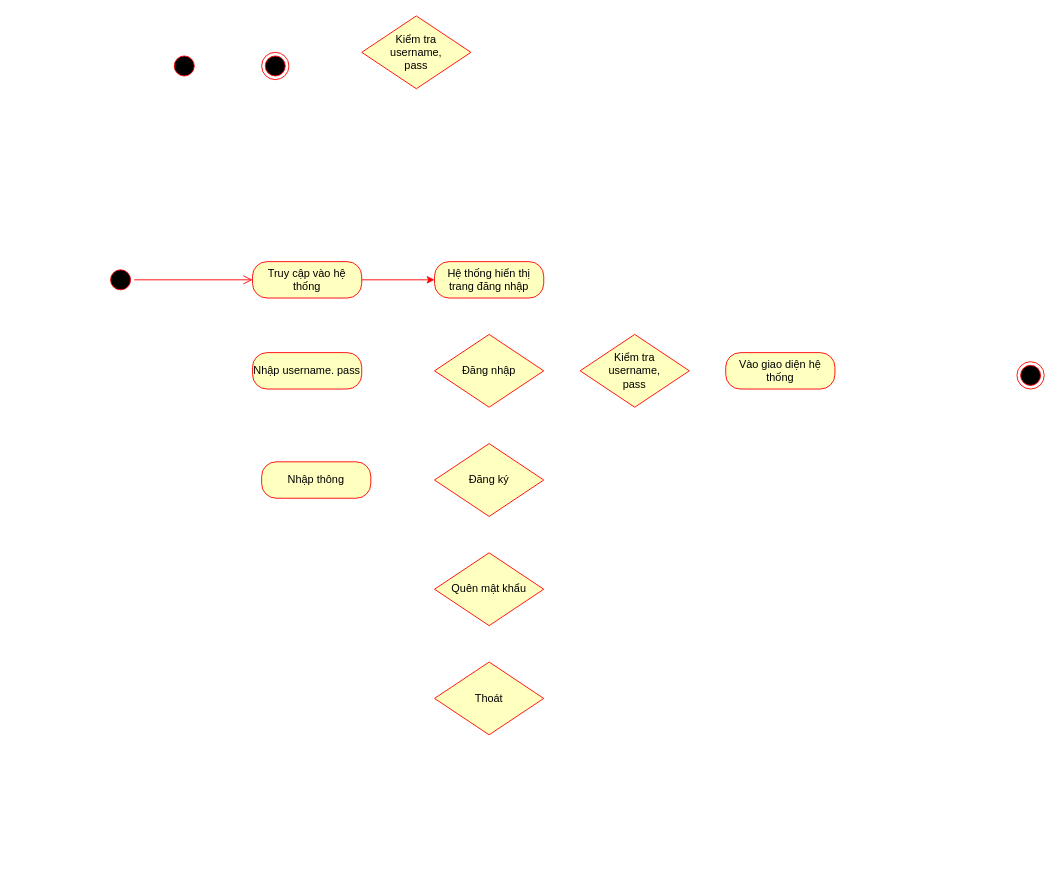
Before: Sơ đồ hoạt động UC đăng nhập.drawio in HaojackYT/DAA_SA, a draw.io diagram. Source tidied: cells renumbered, new cells numbered last; positions are measured from the earlier drawing's top-left corner, leaving out a move shared by most shapes. Both pictures are drawn from the tidied source at 91%, with x=0, y=0 at pixel (106, 15).
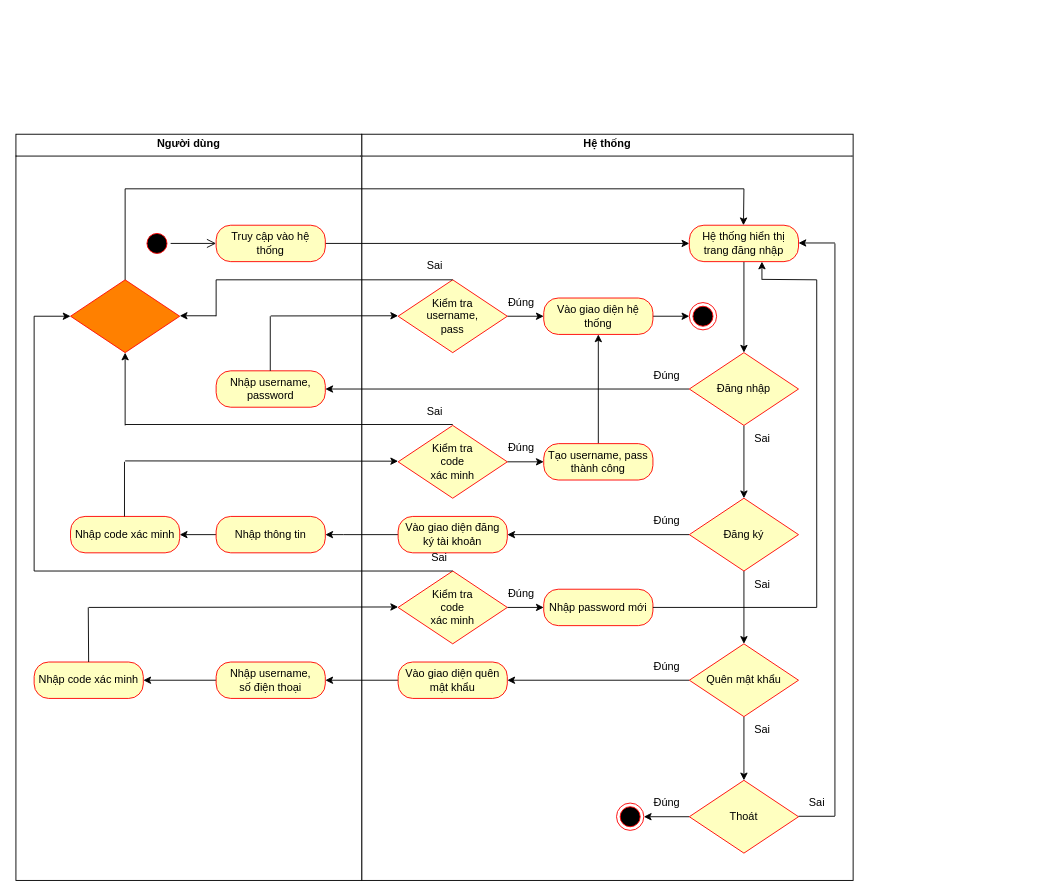
The same diagram, later.

The edit, as a diff of the source:
```diff
@@
+    <mxCell id="22" value="&lt;p style=&quot;margin:0px;margin-top:4px;text-align:center;&quot;&gt;&lt;b&gt;Hệ thống&lt;/b&gt;&lt;/p&gt;&lt;hr size=&quot;1&quot; style=&quot;border-style:solid;&quot;&gt;&lt;div style=&quot;height:2px;&quot;&gt;&lt;/div&gt;" style="verticalAlign=top;align=left;overflow=fill;html=1;whiteSpace=wrap;" parent="1" vertex="1">
+      <mxGeometry x="280" y="130" width="540" height="820" as="geometry" />
+    </mxCell>
+    <mxCell id="23" value="&lt;p style=&quot;margin:0px;margin-top:4px;text-align:center;&quot;&gt;&lt;b&gt;Người dùng&lt;/b&gt;&lt;/p&gt;&lt;hr size=&quot;1&quot; style=&quot;border-style:solid;&quot;&gt;&lt;div style=&quot;height:2px;&quot;&gt;&lt;/div&gt;" style="verticalAlign=top;align=left;overflow=fill;html=1;whiteSpace=wrap;" parent="1" vertex="1">
+      <mxGeometry x="-100" y="130" width="380" height="820" as="geometry" />
+    </mxCell>
+    <mxCell id="24" style="rhombus;whiteSpace=wrap;html=1;fontColor=#000000;fillColor=#FF8000;strokeColor=#FF0909;shadow=0;" parent="1" vertex="1">
+      <mxGeometry x="-40" y="290" width="120" height="80" as="geometry" />
+    </mxCell>
     <mxCell id="2" style="ellipse;html=1;shape=startState;fillColor=#000000;strokeColor=#ff0000;" parent="1" vertex="1">
-      <mxGeometry y="275" width="30" height="30" as="geometry" />
+      <mxGeometry x="40" y="235" width="30" height="30" as="geometry" />
     </mxCell>
-    <mxCell id="3" style="edgeStyle=orthogonalEdgeStyle;html=1;verticalAlign=bottom;endArrow=open;endSize=8;strokeColor=#ff0000;rounded=0;entryX=0;entryY=0.5;entryDx=0;entryDy=0;" parent="1" edge="1" source="2" target="5">
+    <mxCell id="3" style="edgeStyle=orthogonalEdgeStyle;html=1;verticalAlign=bottom;endArrow=open;endSize=8;strokeColor=#000000;rounded=0;entryX=0;entryY=0.5;entryDx=0;entryDy=0;" parent="1" edge="1" source="2" target="5">
       <mxGeometry relative="1" as="geometry" />
     </mxCell>
-    <mxCell id="4" style="edgeStyle=orthogonalEdgeStyle;rounded=0;jettySize=auto;html=1;entryX=0;entryY=0.5;entryDx=0;entryDy=0;strokeColor=#FF0000;" parent="1" edge="1" source="5" target="6">
+    <mxCell id="4" style="edgeStyle=orthogonalEdgeStyle;rounded=0;jettySize=auto;html=1;entryX=0;entryY=0.5;entryDx=0;entryDy=0;strokeColor=#000000;" parent="1" edge="1" source="5" target="6">
       <mxGeometry relative="1" as="geometry" />
     </mxCell>
     <mxCell id="5" value="Truy cập vào hệ thống" style="rounded=1;whiteSpace=wrap;html=1;arcSize=40;fontColor=#000000;fillColor=#ffffc0;strokeColor=#ff0000;" parent="1" vertex="1">
-      <mxGeometry x="160" y="270" width="120" height="40" as="geometry" />
+      <mxGeometry x="120" y="230" width="120" height="40" as="geometry" />
     </mxCell>
+    <mxCell id="25" style="edgeStyle=orthogonalEdgeStyle;rounded=0;jettySize=auto;html=1;entryX=0.5;entryY=0;entryDx=0;entryDy=0;" parent="1" edge="1" source="6" target="7">
+      <mxGeometry relative="1" as="geometry" />
+    </mxCell>
     <mxCell id="6" value="Hệ thống hiển thị trang đăng nhập" style="rounded=1;whiteSpace=wrap;html=1;arcSize=40;fontColor=#000000;fillColor=#ffffc0;strokeColor=#ff0000;" parent="1" vertex="1">
-      <mxGeometry x="360" y="270" width="120" height="40" as="geometry" />
+      <mxGeometry x="640" y="230" width="120" height="40" as="geometry" />
     </mxCell>
+    <mxCell id="26" style="edgeStyle=orthogonalEdgeStyle;rounded=0;jettySize=auto;html=1;" parent="1" edge="1" source="7" target="8">
+      <mxGeometry relative="1" as="geometry" />
+    </mxCell>
+    <mxCell id="27" style="edgeStyle=orthogonalEdgeStyle;rounded=0;jettySize=auto;html=1;entryX=1;entryY=0.5;entryDx=0;entryDy=0;" parent="1" edge="1" source="7" target="20">
+      <mxGeometry relative="1" as="geometry" />
+    </mxCell>
     <mxCell id="7" value="Đăng nhập" style="rhombus;whiteSpace=wrap;html=1;fontColor=#000000;fillColor=#ffffc0;strokeColor=#ff0000;" parent="1" vertex="1">
-      <mxGeometry x="360" y="350" width="120" height="80" as="geometry" />
+      <mxGeometry x="640" y="370" width="120" height="80" as="geometry" />
     </mxCell>
+    <mxCell id="28" style="edgeStyle=orthogonalEdgeStyle;rounded=0;jettySize=auto;html=1;" parent="1" edge="1" source="8" target="9">
+      <mxGeometry relative="1" as="geometry" />
+    </mxCell>
+    <mxCell id="29" style="edgeStyle=orthogonalEdgeStyle;rounded=0;jettySize=auto;html=1;entryX=1;entryY=0.5;entryDx=0;entryDy=0;" parent="1" edge="1" source="8" target="42">
+      <mxGeometry relative="1" as="geometry" />
+    </mxCell>
     <mxCell id="8" value="Đăng ký" style="rhombus;whiteSpace=wrap;html=1;fontColor=#000000;fillColor=#ffffc0;strokeColor=#ff0000;" parent="1" vertex="1">
-      <mxGeometry x="360" y="470" width="120" height="80" as="geometry" />
+      <mxGeometry x="640" y="530" width="120" height="80" as="geometry" />
     </mxCell>
+    <mxCell id="30" style="edgeStyle=orthogonalEdgeStyle;rounded=0;jettySize=auto;html=1;" parent="1" edge="1" source="9" target="10">
+      <mxGeometry relative="1" as="geometry" />
+    </mxCell>
+    <mxCell id="31" style="edgeStyle=orthogonalEdgeStyle;rounded=0;jettySize=auto;html=1;entryX=1;entryY=0.5;entryDx=0;entryDy=0;" parent="1" edge="1" source="9" target="55">
+      <mxGeometry relative="1" as="geometry" />
+    </mxCell>
     <mxCell id="9" value="Quên mật khẩu" style="rhombus;whiteSpace=wrap;html=1;fontColor=#000000;fillColor=#ffffc0;strokeColor=#ff0000;" parent="1" vertex="1">
-      <mxGeometry x="360" y="590" width="120" height="80" as="geometry" />
+      <mxGeometry x="640" y="690" width="120" height="80" as="geometry" />
     </mxCell>
+    <mxCell id="32" style="edgeStyle=orthogonalEdgeStyle;rounded=0;jettySize=auto;html=1;" parent="1" edge="1" source="10" target="15">
+      <mxGeometry relative="1" as="geometry" />
+    </mxCell>
     <mxCell id="10" value="Thoát" style="rhombus;whiteSpace=wrap;html=1;fontColor=#000000;fillColor=#ffffc0;strokeColor=#ff0000;" parent="1" vertex="1">
-      <mxGeometry x="360" y="710" width="120" height="80" as="geometry" />
+      <mxGeometry x="640" y="840" width="120" height="80" as="geometry" />
     </mxCell>
@@
+    <mxCell id="33" style="edgeStyle=orthogonalEdgeStyle;rounded=0;jettySize=auto;html=1;" parent="1" edge="1" source="14" target="16">
+      <mxGeometry relative="1" as="geometry" />
+    </mxCell>
     <mxCell id="14" value="&lt;font style=&quot;font-size: 12px;&quot;&gt;Kiểm tra&lt;br&gt;username,&lt;br&gt;pass&lt;/font&gt;" style="rhombus;whiteSpace=wrap;html=1;fontColor=#000000;fillColor=#ffffc0;strokeColor=#ff0000;" parent="1" vertex="1">
-      <mxGeometry x="520" y="350" width="120" height="80" as="geometry" />
+      <mxGeometry x="320" y="290" width="120" height="80" as="geometry" />
     </mxCell>
     <mxCell id="15" style="ellipse;html=1;shape=endState;fillColor=#000000;strokeColor=#ff0000;" parent="1" vertex="1">
-      <mxGeometry x="1000" y="380" width="30" height="30" as="geometry" />
+      <mxGeometry x="560" y="865" width="30" height="30" as="geometry" />
     </mxCell>
+    <mxCell id="34" style="edgeStyle=orthogonalEdgeStyle;rounded=0;jettySize=auto;html=1;" parent="1" edge="1" source="16" target="19">
+      <mxGeometry relative="1" as="geometry" />
+    </mxCell>
     <mxCell id="16" value="Vào giao diện hệ thống" style="rounded=1;whiteSpace=wrap;html=1;arcSize=40;fontColor=#000000;fillColor=#ffffc0;strokeColor=#ff0000;" parent="1" vertex="1">
-      <mxGeometry x="680" y="370" width="120" height="40" as="geometry" />
+      <mxGeometry x="480" y="310" width="120" height="40" as="geometry" />
     </mxCell>
-    <mxCell id="17" value="&lt;font style=&quot;font-size: 12px;&quot;&gt;Kiểm tra&lt;br&gt;username,&lt;br&gt;pass&lt;/font&gt;" style="rhombus;whiteSpace=wrap;html=1;fontColor=#000000;fillColor=#ffffc0;strokeColor=#ff0000;" parent="1" vertex="1">
-      <mxGeometry x="280" width="120" height="80" as="geometry" />
-    </mxCell>
-    <mxCell id="18" style="ellipse;html=1;shape=startState;fillColor=#000000;strokeColor=#ff0000;" parent="1" vertex="1">
-      <mxGeometry x="70" y="40" width="30" height="30" as="geometry" />
-    </mxCell>
     <mxCell id="19" style="ellipse;html=1;shape=endState;fillColor=#000000;strokeColor=#ff0000;" parent="1" vertex="1">
-      <mxGeometry x="170" y="40" width="30" height="30" as="geometry" />
+      <mxGeometry x="640" y="315" width="30" height="30" as="geometry" />
     </mxCell>
-    <mxCell id="20" value="Nhập username. pass" style="rounded=1;whiteSpace=wrap;html=1;arcSize=40;fontColor=#000000;fillColor=#ffffc0;strokeColor=#ff0000;" parent="1" vertex="1">
-      <mxGeometry x="160" y="370" width="120" height="40" as="geometry" />
+    <mxCell id="20" value="Nhập username,&lt;br&gt;password" style="rounded=1;whiteSpace=wrap;html=1;arcSize=40;fontColor=#000000;fillColor=#ffffc0;strokeColor=#ff0000;" parent="1" vertex="1">
+      <mxGeometry x="120" y="390" width="120" height="40" as="geometry" />
     </mxCell>
+    <mxCell id="35" style="edgeStyle=orthogonalEdgeStyle;rounded=0;jettySize=auto;html=1;" parent="1" edge="1" source="21" target="36">
+      <mxGeometry relative="1" as="geometry" />
+    </mxCell>
-    <mxCell id="21" value="Nhập thông" style="rounded=1;whiteSpace=wrap;html=1;arcSize=40;fontColor=#000000;fillColor=#ffffc0;strokeColor=#ff0000;" parent="1" vertex="1">
-      <mxGeometry x="170" y="490" width="120" height="40" as="geometry" />
+    <mxCell id="21" value="Nhập thông tin" style="rounded=1;whiteSpace=wrap;html=1;arcSize=40;fontColor=#000000;fillColor=#ffffc0;strokeColor=#ff0000;" parent="1" vertex="1">
+      <mxGeometry x="120" y="550" width="120" height="40" as="geometry" />
     </mxCell>
+    <mxCell id="36" value="Nhập code xác minh" style="rounded=1;whiteSpace=wrap;html=1;arcSize=40;fontColor=#000000;fillColor=#ffffc0;strokeColor=#ff0000;" parent="1" vertex="1">
+      <mxGeometry x="-40" y="550" width="120" height="40" as="geometry" />
+    </mxCell>
+    <mxCell id="37" style="edgeStyle=orthogonalEdgeStyle;rounded=0;jettySize=auto;html=1;" parent="1" edge="1" source="38" target="40">
+      <mxGeometry relative="1" as="geometry" />
+    </mxCell>
+    <mxCell id="38" value="&lt;font style=&quot;font-size: 12px;&quot;&gt;Kiểm tra&lt;br&gt;code&lt;br&gt;xác&amp;nbsp;&lt;/font&gt;&lt;span style=&quot;background-color: transparent; color: light-dark(rgb(0, 0, 0), rgb(237, 237, 237));&quot;&gt;minh&lt;/span&gt;" style="rhombus;whiteSpace=wrap;html=1;fontColor=#000000;fillColor=#ffffc0;strokeColor=#ff0000;" parent="1" vertex="1">
+      <mxGeometry x="320" y="450" width="120" height="80" as="geometry" />
+    </mxCell>
+    <mxCell id="39" style="edgeStyle=orthogonalEdgeStyle;rounded=0;jettySize=auto;html=1;entryX=0.5;entryY=1;entryDx=0;entryDy=0;" parent="1" edge="1" source="40" target="16">
+      <mxGeometry relative="1" as="geometry" />
+    </mxCell>
+    <mxCell id="40" value="Tạo username, pass&lt;br&gt;thành công" style="rounded=1;whiteSpace=wrap;html=1;arcSize=40;fontColor=#000000;fillColor=#ffffc0;strokeColor=#ff0000;" parent="1" vertex="1">
+      <mxGeometry x="480" y="470" width="120" height="40" as="geometry" />
+    </mxCell>
+    <mxCell id="41" style="edgeStyle=orthogonalEdgeStyle;rounded=0;jettySize=auto;html=1;" parent="1" edge="1" source="42" target="21">
+      <mxGeometry relative="1" as="geometry">
+        <Array as="points">
+          <mxPoint x="260" y="570" />
+          <mxPoint x="260" y="570" />
+        </Array>
+      </mxGeometry>
+    </mxCell>
+    <mxCell id="42" value="Vào giao diện đăng ký tài khoản" style="rounded=1;whiteSpace=wrap;html=1;arcSize=40;fontColor=#000000;fillColor=#ffffc0;strokeColor=#ff0000;" parent="1" vertex="1">
+      <mxGeometry x="320" y="550" width="120" height="40" as="geometry" />
+    </mxCell>
+    <mxCell id="43" style="edgeStyle=orthogonalEdgeStyle;rounded=0;jettySize=auto;html=1;" parent="1" edge="1" source="44" target="45">
+      <mxGeometry relative="1" as="geometry" />
+    </mxCell>
+    <mxCell id="44" value="Nhập username,&lt;br&gt;số điện thoại" style="rounded=1;whiteSpace=wrap;html=1;arcSize=40;fontColor=#000000;fillColor=#ffffc0;strokeColor=#ff0000;" parent="1" vertex="1">
+      <mxGeometry x="120" y="710" width="120" height="40" as="geometry" />
+    </mxCell>
+    <mxCell id="45" value="Nhập code xác minh" style="rounded=1;whiteSpace=wrap;html=1;arcSize=40;fontColor=#000000;fillColor=#ffffc0;strokeColor=#ff0000;" parent="1" vertex="1">
+      <mxGeometry x="-80" y="710" width="120" height="40" as="geometry" />
+    </mxCell>
+    <mxCell id="46" style="edgeStyle=orthogonalEdgeStyle;rounded=0;jettySize=auto;html=1;" parent="1" edge="1" source="47" target="56">
+      <mxGeometry relative="1" as="geometry" />
+    </mxCell>
+    <mxCell id="47" value="&lt;font style=&quot;font-size: 12px;&quot;&gt;Kiểm tra&lt;br&gt;code&lt;br&gt;xác&amp;nbsp;&lt;/font&gt;&lt;span style=&quot;background-color: transparent; color: light-dark(rgb(0, 0, 0), rgb(237, 237, 237));&quot;&gt;minh&lt;/span&gt;" style="rhombus;whiteSpace=wrap;html=1;fontColor=#000000;fillColor=#ffffc0;strokeColor=#ff0000;" parent="1" vertex="1">
+      <mxGeometry x="320" y="610" width="120" height="80" as="geometry" />
+    </mxCell>
+    <mxCell id="48" style="endArrow=none;html=1;rounded=0;" parent="1" edge="1">
+      <mxGeometry relative="1" as="geometry">
+        <mxPoint x="19.3" y="550" as="sourcePoint" />
+        <mxPoint x="19.3" y="490" as="targetPoint" />
+      </mxGeometry>
+    </mxCell>
+    <mxCell id="49" style="endArrow=classic;html=1;rounded=0;entryX=0;entryY=0.5;entryDx=0;entryDy=0;" parent="1" edge="1">
+      <mxGeometry relative="1" as="geometry">
+        <mxPoint x="20" y="489" as="sourcePoint" />
+        <mxPoint x="320" y="489.3" as="targetPoint" />
+      </mxGeometry>
+    </mxCell>
+    <mxCell id="50" style="endArrow=none;html=1;rounded=0;" parent="1" edge="1">
+      <mxGeometry relative="1" as="geometry">
+        <mxPoint x="179.5" y="390" as="sourcePoint" />
+        <mxPoint x="179.5" y="330" as="targetPoint" />
+      </mxGeometry>
+    </mxCell>
+    <mxCell id="51" style="endArrow=classic;html=1;rounded=0;entryX=0;entryY=0.5;entryDx=0;entryDy=0;" parent="1" edge="1">
+      <mxGeometry relative="1" as="geometry">
+        <mxPoint x="180" y="329.7" as="sourcePoint" />
+        <mxPoint x="320" y="329.5" as="targetPoint" />
+      </mxGeometry>
+    </mxCell>
+    <mxCell id="52" style="endArrow=none;html=1;rounded=0;" parent="1" edge="1">
+      <mxGeometry relative="1" as="geometry">
+        <mxPoint x="-20.1" y="710" as="sourcePoint" />
+        <mxPoint x="-20.5" y="650" as="targetPoint" />
+      </mxGeometry>
+    </mxCell>
+    <mxCell id="53" style="endArrow=classic;html=1;rounded=0;entryX=0;entryY=0.5;entryDx=0;entryDy=0;" parent="1" edge="1">
+      <mxGeometry relative="1" as="geometry">
+        <mxPoint x="-20" y="650" as="sourcePoint" />
+        <mxPoint x="320" y="649.5" as="targetPoint" />
+      </mxGeometry>
+    </mxCell>
+    <mxCell id="54" style="edgeStyle=orthogonalEdgeStyle;rounded=0;jettySize=auto;html=1;" parent="1" edge="1" source="55" target="44">
+      <mxGeometry relative="1" as="geometry" />
+    </mxCell>
+    <mxCell id="55" value="Vào giao diện quên mật khẩu" style="rounded=1;whiteSpace=wrap;html=1;arcSize=40;fontColor=#000000;fillColor=#ffffc0;strokeColor=#ff0000;" parent="1" vertex="1">
+      <mxGeometry x="320" y="710" width="120" height="40" as="geometry" />
+    </mxCell>
+    <mxCell id="56" value="Nhập password mới" style="rounded=1;whiteSpace=wrap;html=1;arcSize=40;fontColor=#000000;fillColor=#ffffc0;strokeColor=#ff0000;" parent="1" vertex="1">
+      <mxGeometry x="480" y="630" width="120" height="40" as="geometry" />
+    </mxCell>
+    <mxCell id="57" style="endArrow=none;html=1;rounded=0;" parent="1" edge="1">
+      <mxGeometry relative="1" as="geometry">
+        <mxPoint x="-80" y="610" as="sourcePoint" />
+        <mxPoint x="380" y="610" as="targetPoint" />
+      </mxGeometry>
+    </mxCell>
+    <mxCell id="58" style="endArrow=none;html=1;rounded=0;" parent="1" edge="1">
+      <mxGeometry relative="1" as="geometry">
+        <mxPoint x="20" y="449" as="sourcePoint" />
+        <mxPoint x="380" y="449" as="targetPoint" />
+      </mxGeometry>
+    </mxCell>
+    <mxCell id="59" style="endArrow=none;html=1;rounded=0;" parent="1" edge="1">
+      <mxGeometry relative="1" as="geometry">
+        <mxPoint x="120" y="290" as="sourcePoint" />
+        <mxPoint x="380" y="290" as="targetPoint" />
+      </mxGeometry>
+    </mxCell>
+    <mxCell id="60" style="endArrow=classic;html=1;rounded=0;entryX=0.5;entryY=1;entryDx=0;entryDy=0;" parent="1" edge="1" target="24">
+      <mxGeometry relative="1" as="geometry">
+        <mxPoint x="20" y="450" as="sourcePoint" />
+      </mxGeometry>
+    </mxCell>
+    <mxCell id="61" style="endArrow=none;html=1;rounded=0;" parent="1" edge="1">
+      <mxGeometry relative="1" as="geometry">
+        <mxPoint x="-80" y="610" as="sourcePoint" />
+        <mxPoint x="-80" y="330" as="targetPoint" />
+      </mxGeometry>
+    </mxCell>
+    <mxCell id="62" style="endArrow=classic;html=1;rounded=0;" parent="1" edge="1" target="24">
+      <mxGeometry relative="1" as="geometry">
+        <mxPoint x="-80" y="330" as="sourcePoint" />
+      </mxGeometry>
+    </mxCell>
+    <mxCell id="63" style="endArrow=none;html=1;rounded=0;" parent="1" edge="1">
+      <mxGeometry relative="1" as="geometry">
+        <mxPoint x="120" y="330" as="sourcePoint" />
+        <mxPoint x="120" y="290" as="targetPoint" />
+      </mxGeometry>
+    </mxCell>
+    <mxCell id="64" style="endArrow=classic;html=1;rounded=0;" parent="1" edge="1">
+      <mxGeometry relative="1" as="geometry">
+        <mxPoint x="120" y="329.5" as="sourcePoint" />
+        <mxPoint x="80" y="329.5" as="targetPoint" />
+      </mxGeometry>
+    </mxCell>
+    <mxCell id="65" style="endArrow=none;html=1;rounded=0;" parent="1" edge="1">
+      <mxGeometry relative="1" as="geometry">
+        <mxPoint x="760" y="879.5" as="sourcePoint" />
+        <mxPoint x="800" y="879.5" as="targetPoint" />
+      </mxGeometry>
+    </mxCell>
+    <mxCell id="66" style="endArrow=none;html=1;rounded=0;exitX=1;exitY=0.973;exitDx=0;exitDy=0;exitPerimeter=0;" parent="1" edge="1" source="78">
+      <mxGeometry relative="1" as="geometry">
+        <mxPoint x="800" y="250" as="targetPoint" />
+      </mxGeometry>
+    </mxCell>
+    <mxCell id="67" style="endArrow=classic;html=1;rounded=0;" parent="1" edge="1">
+      <mxGeometry relative="1" as="geometry">
+        <mxPoint x="800" y="249.5" as="sourcePoint" />
+        <mxPoint x="760" y="249.5" as="targetPoint" />
+      </mxGeometry>
+    </mxCell>
+    <mxCell id="68" style="endArrow=none;html=1;rounded=0;" parent="1" edge="1">
+      <mxGeometry relative="1" as="geometry">
+        <mxPoint x="20" y="290" as="sourcePoint" />
+        <mxPoint x="20" y="190" as="targetPoint" />
+      </mxGeometry>
+    </mxCell>
+    <mxCell id="69" style="endArrow=classic;html=1;rounded=0;" parent="1" edge="1">
+      <mxGeometry relative="1" as="geometry">
+        <mxPoint x="700" y="190" as="sourcePoint" />
+        <mxPoint x="699.5" y="230" as="targetPoint" />
+      </mxGeometry>
+    </mxCell>
+    <mxCell id="70" style="endArrow=none;html=1;rounded=0;" parent="1" edge="1">
+      <mxGeometry relative="1" as="geometry">
+        <mxPoint x="20" y="190" as="sourcePoint" />
+        <mxPoint x="700" y="190" as="targetPoint" />
+      </mxGeometry>
+    </mxCell>
+    <mxCell id="71" value="Đúng" style="text;html=1;align=center;verticalAlign=middle;strokeColor=none;fillColor=none;" parent="1" vertex="1">
+      <mxGeometry x="590" y="380" width="50" height="30" as="geometry" />
+    </mxCell>
+    <mxCell id="72" value="Sai" style="text;html=1;align=center;verticalAlign=middle;strokeColor=none;fillColor=none;" parent="1" vertex="1">
+      <mxGeometry x="700" y="450" width="40" height="30" as="geometry" />
+    </mxCell>
+    <mxCell id="73" value="Đúng" style="text;html=1;align=center;verticalAlign=middle;strokeColor=none;fillColor=none;" parent="1" vertex="1">
+      <mxGeometry x="590" y="540" width="50" height="30" as="geometry" />
+    </mxCell>
+    <mxCell id="74" value="Đúng" style="text;html=1;align=center;verticalAlign=middle;strokeColor=none;fillColor=none;" parent="1" vertex="1">
+      <mxGeometry x="590" y="700" width="50" height="30" as="geometry" />
+    </mxCell>
+    <mxCell id="75" value="Sai" style="text;html=1;align=center;verticalAlign=middle;strokeColor=none;fillColor=none;" parent="1" vertex="1">
+      <mxGeometry x="700" y="610" width="40" height="30" as="geometry" />
+    </mxCell>
+    <mxCell id="76" value="Sai" style="text;html=1;align=center;verticalAlign=middle;strokeColor=none;fillColor=none;" parent="1" vertex="1">
+      <mxGeometry x="700" y="770" width="40" height="30" as="geometry" />
+    </mxCell>
+    <mxCell id="77" value="Đúng" style="text;html=1;align=center;verticalAlign=middle;strokeColor=none;fillColor=none;" parent="1" vertex="1">
+      <mxGeometry x="590" y="850" width="50" height="30" as="geometry" />
+    </mxCell>
+    <mxCell id="78" value="Sai" style="text;html=1;align=center;verticalAlign=middle;points=[];strokeColor=none;fillColor=none;" parent="1" vertex="1">
+      <mxGeometry x="760" y="850" width="40" height="30" as="geometry" />
+    </mxCell>
+    <mxCell id="79" value="Đúng" style="text;html=1;align=center;verticalAlign=middle;strokeColor=none;fillColor=none;" parent="1" vertex="1">
+      <mxGeometry x="430" y="460" width="50" height="30" as="geometry" />
+    </mxCell>
+    <mxCell id="80" value="Đúng" style="text;html=1;align=center;verticalAlign=middle;strokeColor=none;fillColor=none;" parent="1" vertex="1">
+      <mxGeometry x="430" y="620" width="50" height="30" as="geometry" />
+    </mxCell>
+    <mxCell id="81" value="Đúng" style="text;html=1;align=center;verticalAlign=middle;strokeColor=none;fillColor=none;" parent="1" vertex="1">
+      <mxGeometry x="430" y="300" width="50" height="30" as="geometry" />
+    </mxCell>
+    <mxCell id="82" value="Sai" style="text;html=1;align=center;verticalAlign=middle;strokeColor=none;fillColor=none;" parent="1" vertex="1">
+      <mxGeometry x="340" y="420" width="40" height="30" as="geometry" />
+    </mxCell>
+    <mxCell id="83" value="Sai" style="text;html=1;align=center;verticalAlign=middle;strokeColor=none;fillColor=none;" parent="1" vertex="1">
+      <mxGeometry x="340" y="260" width="40" height="30" as="geometry" />
+    </mxCell>
+    <mxCell id="84" value="Sai" style="text;html=1;align=center;verticalAlign=middle;strokeColor=none;fillColor=none;" parent="1" vertex="1">
+      <mxGeometry x="345" y="580" width="40" height="30" as="geometry" />
+    </mxCell>
+    <mxCell id="85" style="endArrow=none;html=1;rounded=0;" parent="1" edge="1">
+      <mxGeometry relative="1" as="geometry">
+        <mxPoint x="600" y="650" as="sourcePoint" />
+        <mxPoint x="780" y="650" as="targetPoint" />
+      </mxGeometry>
+    </mxCell>
+    <mxCell id="86" style="endArrow=none;html=1;rounded=0;" parent="1" edge="1">
+      <mxGeometry relative="1" as="geometry">
+        <mxPoint x="780" y="650" as="sourcePoint" />
+        <mxPoint x="780" y="290" as="targetPoint" />
+      </mxGeometry>
+    </mxCell>
+    <mxCell id="87" style="endArrow=classic;html=1;rounded=0;" parent="1" edge="1">
+      <mxGeometry relative="1" as="geometry">
+        <mxPoint x="719.8" y="290" as="sourcePoint" />
+        <mxPoint x="719.8" y="270" as="targetPoint" />
+      </mxGeometry>
+    </mxCell>
+    <mxCell id="88" style="endArrow=none;html=1;rounded=0;" parent="1" edge="1">
+      <mxGeometry relative="1" as="geometry">
+        <mxPoint x="720" y="289.5" as="sourcePoint" />
+        <mxPoint x="780" y="290" as="targetPoint" />
+      </mxGeometry>
+    </mxCell>
```
